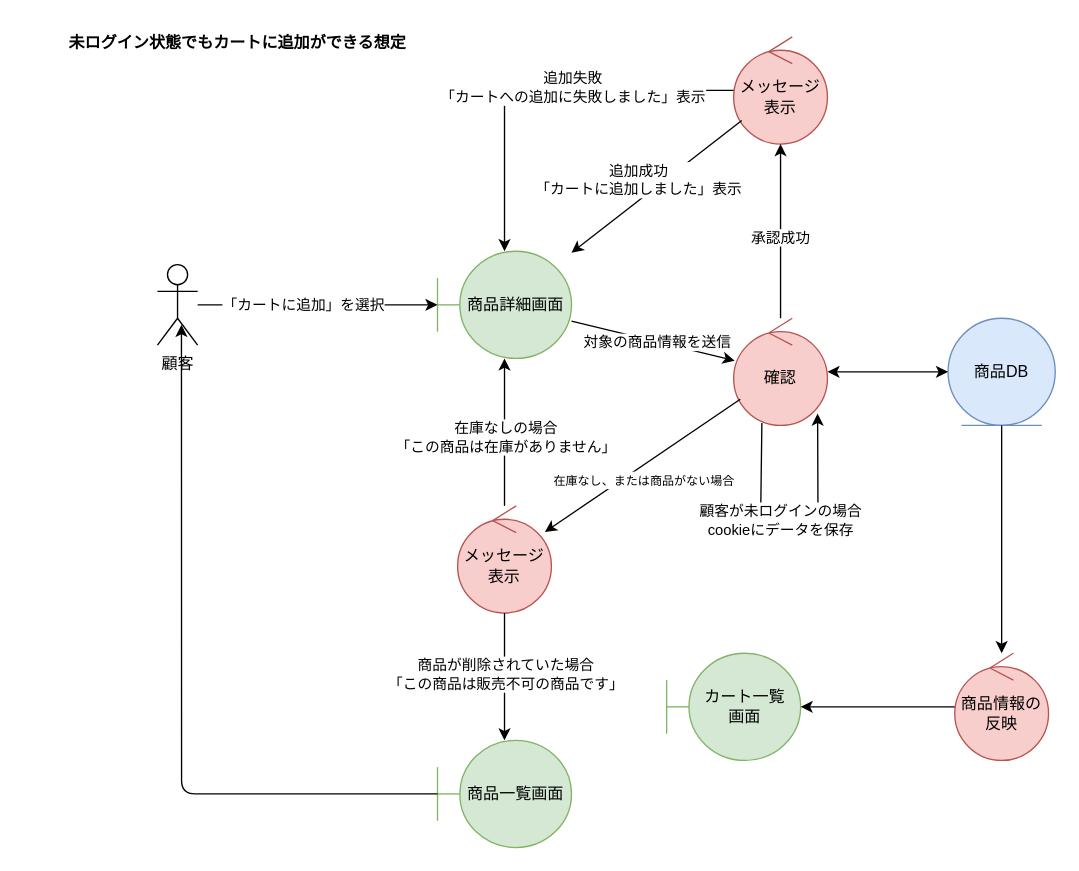
Earlier version of the draw.io diagram BB/analysis_cart.drawio (FujikawaHirono0520/group3_1_dogdog). Source tidied: cells renumbered, new cells numbered last; positions are measured from the earlier drawing's top-left corner, leaving out a move shared by most shapes. Both pictures are drawn from the tidied source at 134%, with x=0, y=0 at pixel (23, 23).
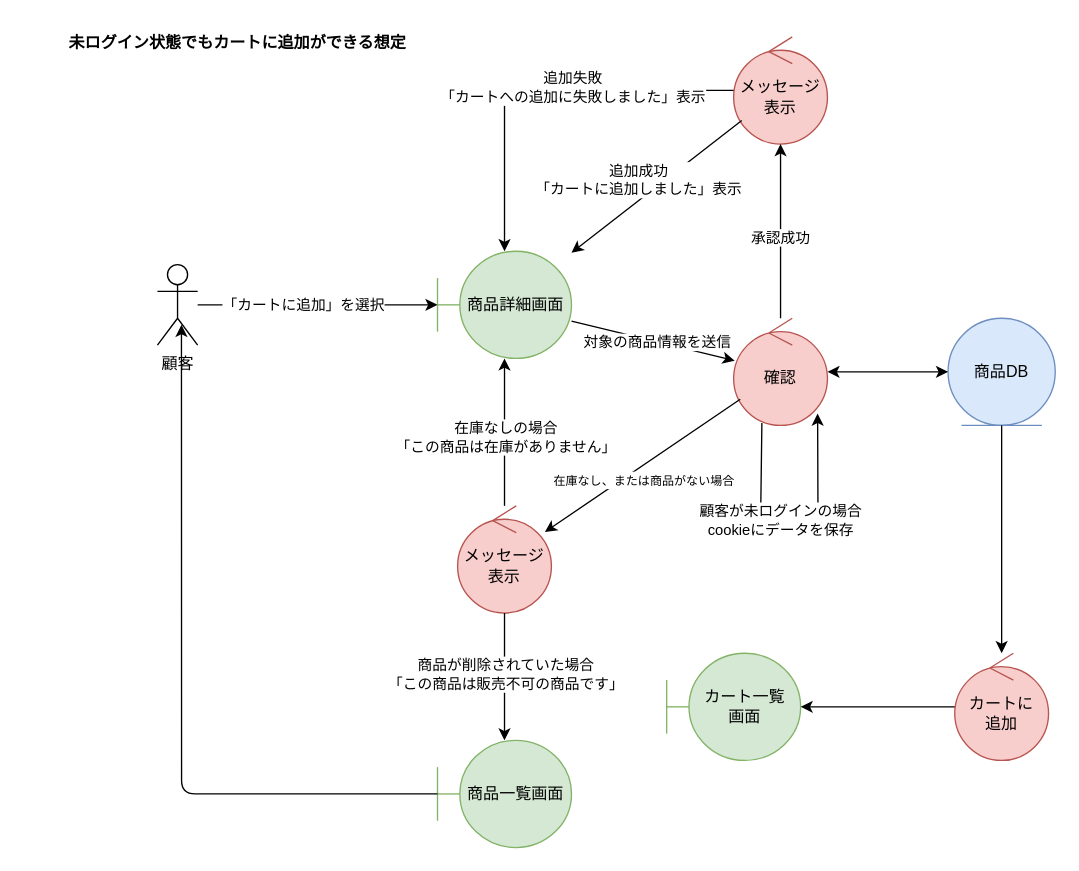
The same page after the edit.

Change to the diagram source:
```diff
@@
-    <mxCell id="17" value="商品情報の反映" style="ellipse;shape=umlControl;whiteSpace=wrap;html=1;fillColor=#f8cecc;strokeColor=#b85450;" parent="1" vertex="1">
+    <mxCell id="17" value="カートに&lt;div&gt;追加&lt;/div&gt;" style="ellipse;shape=umlControl;whiteSpace=wrap;html=1;fillColor=#f8cecc;strokeColor=#b85450;" parent="1" vertex="1">
       <mxGeometry x="695" y="470" width="70" height="80" as="geometry" />
     </mxCell>
```
